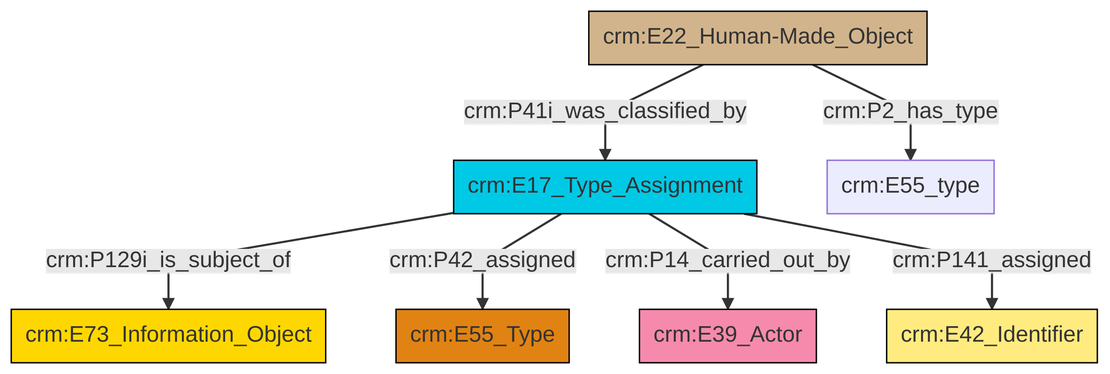
This is et/builtWorkCSV/ttl/mmd/png/Built_Work_designation_status.png from swiss-art-research-net/reference-data-models, a Mermaid export, as it was before one commit. Its source is kept beside it as et/builtWorkCSV/ttl/mmd/Built_Work_designation_status.ttl.mmd. The source it was exported from:
```mermaid
graph TD
classDef Literal fill:#f2f2f2,stroke:#000000;
classDef CRM_Entity fill:#FFFFFF,stroke:#000000;
classDef Temporal_Entity fill:#00C9E6, stroke:#000000;
classDef Type fill:#E18312, stroke:#000000;
classDef Time-Span fill:#2C9C91, stroke:#000000;
classDef Appellation fill:#FFEB7F, stroke:#000000;
classDef Place fill:#008836, stroke:#000000;
classDef Persistent_Item fill:#B266B2, stroke:#000000;
classDef Conceptual_Object fill:#FFD700, stroke:#000000;
classDef Physical_Thing fill:#D2B48C, stroke:#000000;
classDef Actor fill:#f58aad, stroke:#000000;
classDef PC_Classes fill:#4ce600, stroke:#000000;
classDef Multi fill:#cccccc,stroke:#000000;

0["crm:E17_Type_Assignment"]:::Temporal_Entity -->|crm:P129i_is_subject_of| 2["crm:E73_Information_Object"]:::Conceptual_Object
0["crm:E17_Type_Assignment"]:::Temporal_Entity -->|crm:P42_assigned| 5["crm:E55_Type"]:::Type
13["crm:E22_Human-Made_Object"]:::Physical_Thing -->|crm:P2_has_type| 10["crm:E55_type"]:::Default
0["crm:E17_Type_Assignment"]:::Temporal_Entity -->|crm:P14_carried_out_by| 8["crm:E39_Actor"]:::Actor
13["crm:E22_Human-Made_Object"]:::Physical_Thing -->|crm:P41i_was_classified_by| 0["crm:E17_Type_Assignment"]:::Temporal_Entity
0["crm:E17_Type_Assignment"]:::Temporal_Entity -->|crm:P141_assigned| 3["crm:E42_Identifier"]:::Appellation
```
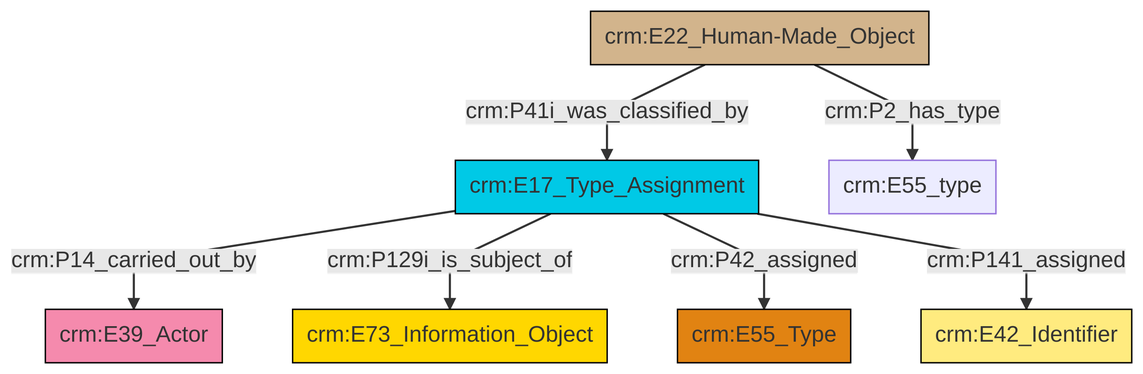
The same file after the commit.

What changed in the source:
```diff
@@ -13,9 +13,9 @@
 classDef PC_Classes fill:#4ce600, stroke:#000000;
 classDef Multi fill:#cccccc,stroke:#000000;
 
-0["crm:E17_Type_Assignment"]:::Temporal_Entity -->|crm:P129i_is_subject_of| 2["crm:E73_Information_Object"]:::Conceptual_Object
-0["crm:E17_Type_Assignment"]:::Temporal_Entity -->|crm:P42_assigned| 5["crm:E55_Type"]:::Type
+2["crm:E17_Type_Assignment"]:::Temporal_Entity -->|crm:P14_carried_out_by| 3["crm:E39_Actor"]:::Actor
+2["crm:E17_Type_Assignment"]:::Temporal_Entity -->|crm:P129i_is_subject_of| 4["crm:E73_Information_Object"]:::Conceptual_Object
+2["crm:E17_Type_Assignment"]:::Temporal_Entity -->|crm:P42_assigned| 7["crm:E55_Type"]:::Type
+2["crm:E17_Type_Assignment"]:::Temporal_Entity -->|crm:P141_assigned| 0["crm:E42_Identifier"]:::Appellation
 13["crm:E22_Human-Made_Object"]:::Physical_Thing -->|crm:P2_has_type| 10["crm:E55_type"]:::Default
-0["crm:E17_Type_Assignment"]:::Temporal_Entity -->|crm:P14_carried_out_by| 8["crm:E39_Actor"]:::Actor
-13["crm:E22_Human-Made_Object"]:::Physical_Thing -->|crm:P41i_was_classified_by| 0["crm:E17_Type_Assignment"]:::Temporal_Entity
-0["crm:E17_Type_Assignment"]:::Temporal_Entity -->|crm:P141_assigned| 3["crm:E42_Identifier"]:::Appellation
+13["crm:E22_Human-Made_Object"]:::Physical_Thing -->|crm:P41i_was_classified_by| 2["crm:E17_Type_Assignment"]:::Temporal_Entity
```
